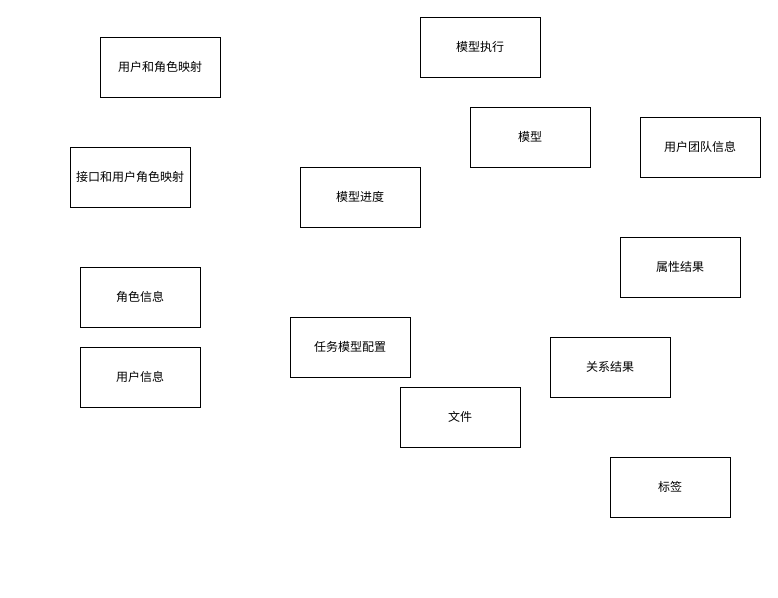
The draw.io diagram 毕设ER图.drawio in come-on-reader/draw-io, before the edit. Source tidied: cells renumbered, new cells numbered last; positions are measured from the earlier drawing's top-left corner, leaving out a move shared by most shapes. Both pictures are drawn from the tidied source at 100%, with x=0, y=0 at pixel (70, 17).
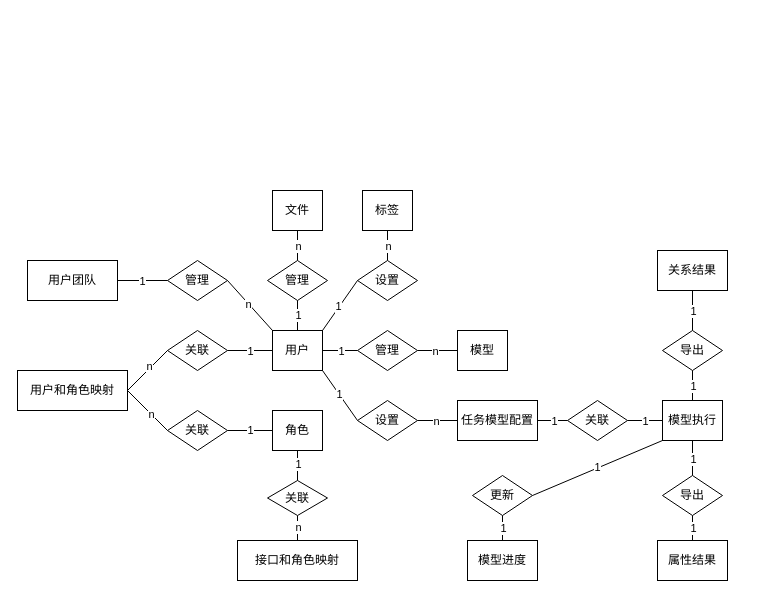
After the change.

Commit message:
更新毕设ER图.drawio

What changed in the source:
```diff
@@
     <mxCell id="2" value="模型进度" style="rounded=0;whiteSpace=wrap;html=1;" parent="1" vertex="1">
-      <mxGeometry x="230" y="150" width="120" height="60" as="geometry" />
+      <mxGeometry x="397" y="523" width="70" height="40" as="geometry" />
     </mxCell>
     <mxCell id="3" value="模型" style="rounded=0;whiteSpace=wrap;html=1;" parent="1" vertex="1">
-      <mxGeometry x="400" y="90" width="120" height="60" as="geometry" />
+      <mxGeometry x="387" y="313" width="50" height="40" as="geometry" />
     </mxCell>
     <mxCell id="4" value="模型执行" style="rounded=0;whiteSpace=wrap;html=1;" parent="1" vertex="1">
-      <mxGeometry x="350" width="120" height="60" as="geometry" />
+      <mxGeometry x="592" y="383" width="60" height="40" as="geometry" />
     </mxCell>
     <mxCell id="5" value="任务模型配置" style="rounded=0;whiteSpace=wrap;html=1;" parent="1" vertex="1">
-      <mxGeometry x="220" y="300" width="120" height="60" as="geometry" />
+      <mxGeometry x="387" y="383" width="80" height="40" as="geometry" />
     </mxCell>
     <mxCell id="6" value="关系结果" style="rounded=0;whiteSpace=wrap;html=1;" parent="1" vertex="1">
-      <mxGeometry x="480" y="320" width="120" height="60" as="geometry" />
+      <mxGeometry x="587" y="233" width="70" height="40" as="geometry" />
     </mxCell>
     <mxCell id="7" value="属性结果" style="rounded=0;whiteSpace=wrap;html=1;" parent="1" vertex="1">
-      <mxGeometry x="550" y="220" width="120" height="60" as="geometry" />
+      <mxGeometry x="587" y="523" width="70" height="40" as="geometry" />
     </mxCell>
     <mxCell id="8" value="标签" style="rounded=0;whiteSpace=wrap;html=1;" parent="1" vertex="1">
-      <mxGeometry x="540" y="440" width="120" height="60" as="geometry" />
+      <mxGeometry x="292" y="173" width="50" height="40" as="geometry" />
     </mxCell>
     <mxCell id="9" value="文件" style="rounded=0;whiteSpace=wrap;html=1;" parent="1" vertex="1">
-      <mxGeometry x="330" y="370" width="120" height="60" as="geometry" />
+      <mxGeometry x="202" y="173" width="50" height="40" as="geometry" />
     </mxCell>
-    <mxCell id="10" value="用户团队信息" style="rounded=0;whiteSpace=wrap;html=1;" parent="1" vertex="1">
-      <mxGeometry x="570" y="100" width="120" height="60" as="geometry" />
+    <mxCell id="10" value="用户团队" style="rounded=0;whiteSpace=wrap;html=1;" parent="1" vertex="1">
+      <mxGeometry x="-43" y="243" width="90" height="40" as="geometry" />
     </mxCell>
     <mxCell id="11" value="用户和角色映射" style="rounded=0;whiteSpace=wrap;html=1;" parent="1" vertex="1">
-      <mxGeometry x="30" y="20" width="120" height="60" as="geometry" />
+      <mxGeometry x="-53" y="353" width="110" height="40" as="geometry" />
     </mxCell>
-    <mxCell id="12" value="接口和用户角色映射" style="rounded=0;whiteSpace=wrap;html=1;" parent="1" vertex="1">
-      <mxGeometry y="130" width="120" height="60" as="geometry" />
+    <mxCell id="12" value="接口和角色映射" style="rounded=0;whiteSpace=wrap;html=1;" parent="1" vertex="1">
+      <mxGeometry x="167" y="523" width="120" height="40" as="geometry" />
     </mxCell>
-    <mxCell id="13" value="角色信息" style="rounded=0;whiteSpace=wrap;html=1;" parent="1" vertex="1">
-      <mxGeometry x="10" y="250" width="120" height="60" as="geometry" />
+    <mxCell id="13" value="角色" style="rounded=0;whiteSpace=wrap;html=1;" parent="1" vertex="1">
+      <mxGeometry x="202" y="393" width="50" height="40" as="geometry" />
     </mxCell>
-    <mxCell id="14" value="用户信息" style="rounded=0;whiteSpace=wrap;html=1;" parent="1" vertex="1">
-      <mxGeometry x="10" y="330" width="120" height="60" as="geometry" />
+    <mxCell id="14" value="用户" style="rounded=0;whiteSpace=wrap;html=1;" parent="1" vertex="1">
+      <mxGeometry x="202" y="313" width="50" height="40" as="geometry" />
     </mxCell>
+    <mxCell id="15" value="关联" style="rhombus;whiteSpace=wrap;html=1;" parent="1" vertex="1">
+      <mxGeometry x="97" y="313" width="60" height="40" as="geometry" />
+    </mxCell>
+    <mxCell id="16" value="关联" style="rhombus;whiteSpace=wrap;html=1;" parent="1" vertex="1">
+      <mxGeometry x="97" y="393" width="60" height="40" as="geometry" />
+    </mxCell>
+    <mxCell id="17" style="endArrow=none;html=1;rounded=0;exitX=1;exitY=0.5;exitDx=0;exitDy=0;entryX=0;entryY=0.5;entryDx=0;entryDy=0;" parent="1" edge="1" source="11" target="15">
+      <mxGeometry relative="1" as="geometry" />
+    </mxCell>
+    <mxCell id="18" value="n" style="edgeLabel;html=1;align=center;verticalAlign=middle;" parent="17" vertex="1">
+      <mxGeometry x="0.17" y="2" relative="1" as="geometry" />
+    </mxCell>
+    <mxCell id="19" style="endArrow=none;html=1;rounded=0;exitX=1;exitY=0.5;exitDx=0;exitDy=0;entryX=0;entryY=0.5;entryDx=0;entryDy=0;" parent="1" edge="1" source="11" target="16">
+      <mxGeometry relative="1" as="geometry" />
+    </mxCell>
+    <mxCell id="20" value="n" style="edgeLabel;html=1;align=center;verticalAlign=middle;" parent="19" vertex="1">
+      <mxGeometry x="0.17" relative="1" as="geometry" />
+    </mxCell>
+    <mxCell id="21" style="endArrow=none;html=1;rounded=0;exitX=1;exitY=0.5;exitDx=0;exitDy=0;entryX=0;entryY=0.5;entryDx=0;entryDy=0;" parent="1" edge="1" source="15" target="14">
+      <mxGeometry relative="1" as="geometry" />
+    </mxCell>
+    <mxCell id="22" value="1" style="edgeLabel;html=1;align=center;verticalAlign=middle;" parent="21" vertex="1">
+      <mxGeometry x="-0.04" relative="1" as="geometry" />
+    </mxCell>
+    <mxCell id="23" style="endArrow=none;html=1;rounded=0;exitX=1;exitY=0.5;exitDx=0;exitDy=0;entryX=0;entryY=0.5;entryDx=0;entryDy=0;" parent="1" edge="1" source="16" target="13">
+      <mxGeometry relative="1" as="geometry" />
+    </mxCell>
+    <mxCell id="24" value="1" style="edgeLabel;html=1;align=center;verticalAlign=middle;" parent="23" vertex="1">
+      <mxGeometry x="-0.04" y="1" relative="1" as="geometry" />
+    </mxCell>
+    <mxCell id="25" style="endArrow=none;html=1;rounded=0;entryX=0.5;entryY=0;entryDx=0;entryDy=0;" parent="1" edge="1" source="27" target="12">
+      <mxGeometry relative="1" as="geometry" />
+    </mxCell>
+    <mxCell id="26" value="n" style="edgeLabel;html=1;align=center;verticalAlign=middle;" parent="25" vertex="1">
+      <mxGeometry x="-0.12" relative="1" as="geometry" />
+    </mxCell>
+    <mxCell id="27" value="关联" style="rhombus;whiteSpace=wrap;html=1;" parent="1" vertex="1">
+      <mxGeometry x="197" y="463" width="60" height="35" as="geometry" />
+    </mxCell>
+    <mxCell id="28" style="endArrow=none;html=1;rounded=0;entryX=0.5;entryY=0;entryDx=0;entryDy=0;exitX=0.5;exitY=1;exitDx=0;exitDy=0;" parent="1" edge="1" source="13" target="27">
+      <mxGeometry relative="1" as="geometry" />
+    </mxCell>
+    <mxCell id="29" value="1" style="edgeLabel;html=1;align=center;verticalAlign=middle;" parent="28" vertex="1">
+      <mxGeometry x="-0.12" relative="1" as="geometry" />
+    </mxCell>
+    <mxCell id="30" value="管理" style="rhombus;whiteSpace=wrap;html=1;" parent="1" vertex="1">
+      <mxGeometry x="287" y="313" width="60" height="40" as="geometry" />
+    </mxCell>
+    <mxCell id="31" value="管理" style="rhombus;whiteSpace=wrap;html=1;" parent="1" vertex="1">
+      <mxGeometry x="197" y="243" width="60" height="40" as="geometry" />
+    </mxCell>
+    <mxCell id="32" style="endArrow=none;html=1;rounded=0;exitX=1;exitY=0.5;exitDx=0;exitDy=0;entryX=0;entryY=0.5;entryDx=0;entryDy=0;" parent="1" edge="1" source="14" target="30">
+      <mxGeometry relative="1" as="geometry" />
+    </mxCell>
+    <mxCell id="33" value="1" style="edgeLabel;html=1;align=center;verticalAlign=middle;" parent="32" vertex="1">
+      <mxGeometry x="0.05" relative="1" as="geometry" />
+    </mxCell>
+    <mxCell id="34" style="endArrow=none;html=1;rounded=0;exitX=1;exitY=0.5;exitDx=0;exitDy=0;entryX=0;entryY=0.5;entryDx=0;entryDy=0;" parent="1" edge="1" source="30" target="3">
+      <mxGeometry relative="1" as="geometry" />
+    </mxCell>
+    <mxCell id="35" value="n" style="edgeLabel;html=1;align=center;verticalAlign=middle;" parent="34" vertex="1">
+      <mxGeometry x="-0.15" relative="1" as="geometry" />
+    </mxCell>
+    <mxCell id="36" style="endArrow=none;html=1;rounded=0;exitX=0.5;exitY=1;exitDx=0;exitDy=0;" parent="1" edge="1" source="31" target="14">
+      <mxGeometry relative="1" as="geometry" />
+    </mxCell>
+    <mxCell id="37" value="1" style="edgeLabel;html=1;align=center;verticalAlign=middle;" parent="36" vertex="1">
+      <mxGeometry x="-0.06" relative="1" as="geometry" />
+    </mxCell>
+    <mxCell id="38" style="endArrow=none;html=1;rounded=0;exitX=0.5;exitY=1;exitDx=0;exitDy=0;entryX=0.5;entryY=0;entryDx=0;entryDy=0;" parent="1" edge="1" source="9" target="31">
+      <mxGeometry relative="1" as="geometry" />
+    </mxCell>
+    <mxCell id="39" value="n" style="edgeLabel;html=1;align=center;verticalAlign=middle;" parent="38" vertex="1">
+      <mxGeometry x="-0.01" relative="1" as="geometry" />
+    </mxCell>
+    <mxCell id="40" value="设置" style="rhombus;whiteSpace=wrap;html=1;" parent="1" vertex="1">
+      <mxGeometry x="287" y="243" width="60" height="40" as="geometry" />
+    </mxCell>
+    <mxCell id="41" style="endArrow=none;html=1;rounded=0;exitX=0;exitY=0.5;exitDx=0;exitDy=0;entryX=1;entryY=0;entryDx=0;entryDy=0;" parent="1" edge="1" source="40" target="14">
+      <mxGeometry relative="1" as="geometry" />
+    </mxCell>
+    <mxCell id="42" value="1" style="edgeLabel;html=1;align=center;verticalAlign=middle;" parent="41" vertex="1">
+      <mxGeometry x="0.05" y="-1" relative="1" as="geometry" />
+    </mxCell>
+    <mxCell id="43" style="endArrow=none;html=1;rounded=0;exitX=0.5;exitY=1;exitDx=0;exitDy=0;entryX=0.5;entryY=0;entryDx=0;entryDy=0;" parent="1" edge="1" source="8" target="40">
+      <mxGeometry relative="1" as="geometry" />
+    </mxCell>
+    <mxCell id="44" value="n" style="edgeLabel;html=1;align=center;verticalAlign=middle;" parent="43" vertex="1">
+      <mxGeometry x="0.03" relative="1" as="geometry" />
+    </mxCell>
+    <mxCell id="45" style="endArrow=none;html=1;rounded=0;entryX=1;entryY=1;entryDx=0;entryDy=0;exitX=0;exitY=0.5;exitDx=0;exitDy=0;" parent="1" edge="1" source="47" target="14">
+      <mxGeometry relative="1" as="geometry" />
+    </mxCell>
+    <mxCell id="46" value="1" style="edgeLabel;html=1;align=center;verticalAlign=middle;" parent="45" vertex="1">
+      <mxGeometry x="0.05" relative="1" as="geometry" />
+    </mxCell>
+    <mxCell id="47" value="设置" style="rhombus;whiteSpace=wrap;html=1;" parent="1" vertex="1">
+      <mxGeometry x="287" y="383" width="60" height="40" as="geometry" />
+    </mxCell>
+    <mxCell id="48" style="endArrow=none;html=1;rounded=0;exitX=1;exitY=0.5;exitDx=0;exitDy=0;entryX=0;entryY=0.5;entryDx=0;entryDy=0;" parent="1" edge="1" source="47" target="5">
+      <mxGeometry relative="1" as="geometry" />
+    </mxCell>
+    <mxCell id="49" value="n" style="edgeLabel;html=1;align=center;verticalAlign=middle;" parent="48" vertex="1">
+      <mxGeometry x="-0.08" relative="1" as="geometry" />
+    </mxCell>
+    <mxCell id="50" value="更新" style="rhombus;whiteSpace=wrap;html=1;" parent="1" vertex="1">
+      <mxGeometry x="402" y="458" width="60" height="40" as="geometry" />
+    </mxCell>
+    <mxCell id="51" value="导出" style="rhombus;whiteSpace=wrap;html=1;" parent="1" vertex="1">
+      <mxGeometry x="592" y="458" width="60" height="40" as="geometry" />
+    </mxCell>
+    <mxCell id="52" value="导出" style="rhombus;whiteSpace=wrap;html=1;" parent="1" vertex="1">
+      <mxGeometry x="592" y="313" width="60" height="40" as="geometry" />
+    </mxCell>
+    <mxCell id="53" style="endArrow=none;html=1;rounded=0;exitX=0.5;exitY=1;exitDx=0;exitDy=0;entryX=0.5;entryY=0;entryDx=0;entryDy=0;" parent="1" edge="1" source="51" target="7">
+      <mxGeometry relative="1" as="geometry" />
+    </mxCell>
+    <mxCell id="54" value="1" style="edgeLabel;html=1;align=center;verticalAlign=middle;" parent="53" vertex="1">
+      <mxGeometry x="-0.08" relative="1" as="geometry" />
+    </mxCell>
+    <mxCell id="55" style="endArrow=none;html=1;rounded=0;exitX=0.5;exitY=0;exitDx=0;exitDy=0;entryX=0.5;entryY=1;entryDx=0;entryDy=0;" parent="1" edge="1" source="51" target="4">
+      <mxGeometry relative="1" as="geometry" />
+    </mxCell>
+    <mxCell id="56" value="1" style="edgeLabel;html=1;align=center;verticalAlign=middle;" parent="55" vertex="1">
+      <mxGeometry x="-0.04" relative="1" as="geometry" />
+    </mxCell>
+    <mxCell id="57" style="endArrow=none;html=1;rounded=0;entryX=0.5;entryY=1;entryDx=0;entryDy=0;" parent="1" edge="1" source="4" target="52">
+      <mxGeometry relative="1" as="geometry" />
+    </mxCell>
+    <mxCell id="58" value="1" style="edgeLabel;html=1;align=center;verticalAlign=middle;" parent="57" vertex="1">
+      <mxGeometry relative="1" as="geometry" />
+    </mxCell>
+    <mxCell id="59" style="endArrow=none;html=1;rounded=0;entryX=0.5;entryY=1;entryDx=0;entryDy=0;" parent="1" edge="1" source="52" target="6">
+      <mxGeometry relative="1" as="geometry" />
+    </mxCell>
+    <mxCell id="60" value="1" style="edgeLabel;html=1;align=center;verticalAlign=middle;" parent="59" vertex="1">
+      <mxGeometry relative="1" as="geometry" />
+    </mxCell>
+    <mxCell id="61" style="endArrow=none;html=1;rounded=0;exitX=1;exitY=0.5;exitDx=0;exitDy=0;entryX=0;entryY=1;entryDx=0;entryDy=0;" parent="1" edge="1" source="50" target="4">
+      <mxGeometry relative="1" as="geometry" />
+    </mxCell>
+    <mxCell id="62" value="1" style="edgeLabel;html=1;align=center;verticalAlign=middle;" parent="61" vertex="1">
+      <mxGeometry x="-0.01" y="1" relative="1" as="geometry" />
+    </mxCell>
+    <mxCell id="63" style="endArrow=none;html=1;rounded=0;exitX=0.5;exitY=0;exitDx=0;exitDy=0;entryX=0.5;entryY=1;entryDx=0;entryDy=0;" parent="1" edge="1" source="2" target="50">
+      <mxGeometry relative="1" as="geometry" />
+    </mxCell>
+    <mxCell id="64" value="1" style="edgeLabel;html=1;align=center;verticalAlign=middle;" parent="63" vertex="1">
+      <mxGeometry x="0.05" relative="1" as="geometry" />
+    </mxCell>
+    <mxCell id="65" value="关联" style="rhombus;whiteSpace=wrap;html=1;" parent="1" vertex="1">
+      <mxGeometry x="497" y="383" width="60" height="40" as="geometry" />
+    </mxCell>
+    <mxCell id="66" style="endArrow=none;html=1;rounded=0;entryX=1;entryY=0.5;entryDx=0;entryDy=0;exitX=0;exitY=0.5;exitDx=0;exitDy=0;" parent="1" edge="1" source="65" target="5">
+      <mxGeometry relative="1" as="geometry" />
+    </mxCell>
+    <mxCell id="67" value="1" style="edgeLabel;html=1;align=center;verticalAlign=middle;" parent="66" vertex="1">
+      <mxGeometry x="-0.1" relative="1" as="geometry" />
+    </mxCell>
+    <mxCell id="68" style="endArrow=none;html=1;rounded=0;exitX=0;exitY=0.5;exitDx=0;exitDy=0;" parent="1" edge="1" source="4">
+      <mxGeometry relative="1" as="geometry">
+        <mxPoint x="557" y="403" as="targetPoint" />
+      </mxGeometry>
+    </mxCell>
+    <mxCell id="69" value="1" style="edgeLabel;html=1;align=center;verticalAlign=middle;" parent="68" vertex="1">
+      <mxGeometry x="0.02" relative="1" as="geometry" />
+    </mxCell>
+    <mxCell id="70" value="管理" style="rhombus;whiteSpace=wrap;html=1;" parent="1" vertex="1">
+      <mxGeometry x="97" y="243" width="60" height="40" as="geometry" />
+    </mxCell>
+    <mxCell id="71" style="endArrow=none;html=1;rounded=0;entryX=1;entryY=0.5;entryDx=0;entryDy=0;exitX=0;exitY=0.5;exitDx=0;exitDy=0;" parent="1" edge="1" source="70" target="10">
+      <mxGeometry relative="1" as="geometry" />
+    </mxCell>
+    <mxCell id="72" value="1" style="edgeLabel;html=1;align=center;verticalAlign=middle;" parent="71" vertex="1">
+      <mxGeometry x="0.05" relative="1" as="geometry" />
+    </mxCell>
+    <mxCell id="73" style="endArrow=none;html=1;rounded=0;exitX=0;exitY=0;exitDx=0;exitDy=0;" parent="1" edge="1" source="14">
+      <mxGeometry relative="1" as="geometry">
+        <mxPoint x="157" y="263" as="targetPoint" />
+      </mxGeometry>
+    </mxCell>
+    <mxCell id="74" value="n" style="edgeLabel;html=1;align=center;verticalAlign=middle;" parent="73" vertex="1">
+      <mxGeometry x="0.08" relative="1" as="geometry" />
+    </mxCell>
```
